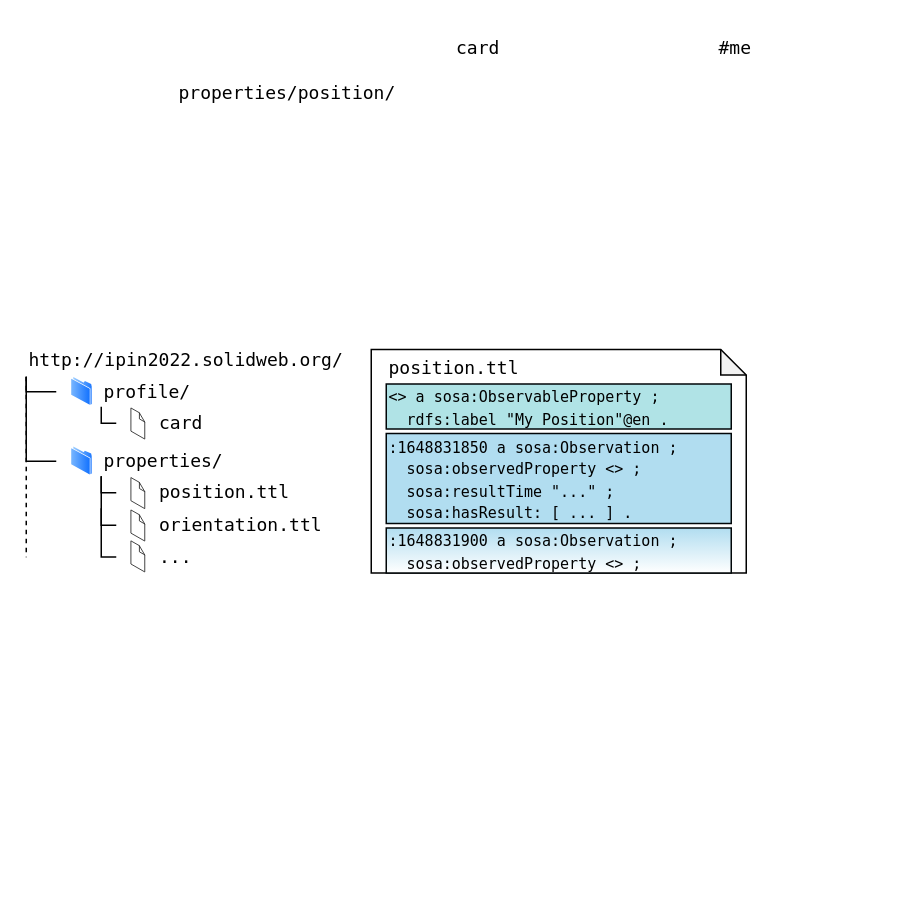
This is page "Page-7" (5 of 5) of docs/media/images/solid.drawio from OpenHPS/openhps-solid, a draw.io file, before an edit. Source tidied: cells renumbered, new cells numbered last; positions are measured from the earlier drawing's top-left corner, leaving out a move shared by most shapes. Both pictures are drawn from the tidied source at 150%, with x=0, y=0 at pixel (26, 26).
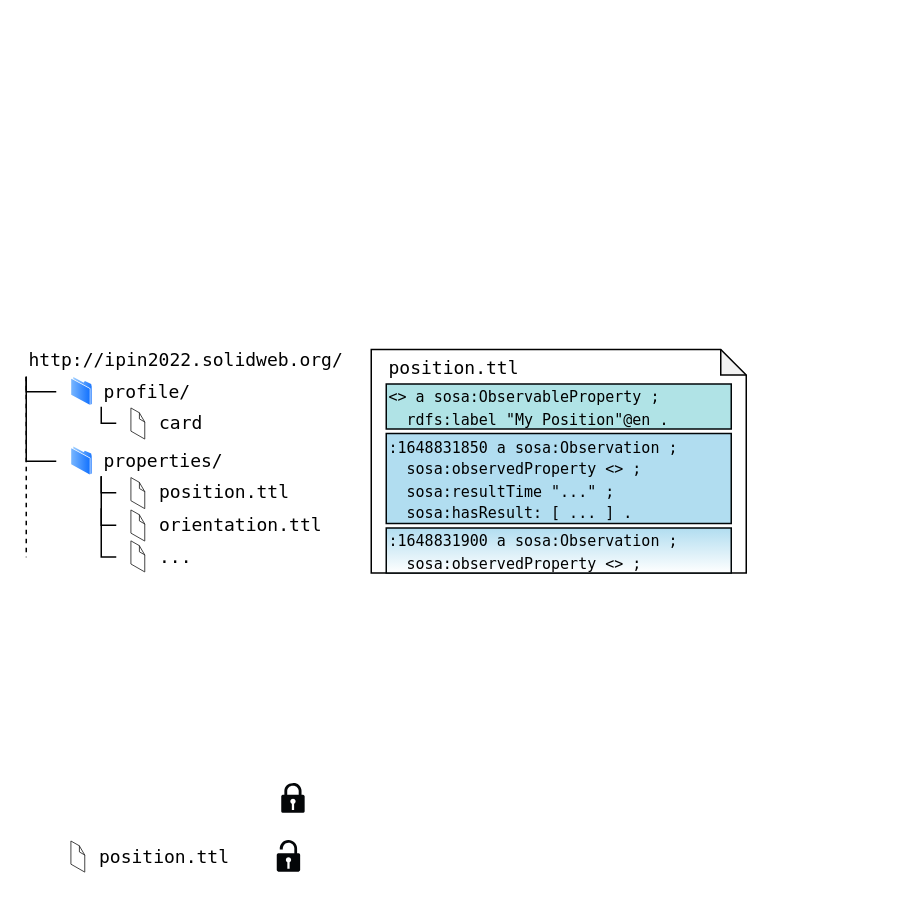
Above is the later version.

Diff of the diagram source:
```diff
@@
-    <mxCell id="6" value="properties/position/" style="text;html=1;strokeColor=none;fillColor=none;align=left;verticalAlign=middle;whiteSpace=wrap;rounded=0;fontFamily=Lucida Console;" parent="1" vertex="1">
-      <mxGeometry x="100" y="30" width="120" height="30" as="geometry" />
-    </mxCell>
@@
-    <mxCell id="9" value="card" style="text;html=1;strokeColor=none;fillColor=none;align=left;verticalAlign=middle;whiteSpace=wrap;rounded=0;fontFamily=Lucida Console;" parent="1" vertex="1">
-      <mxGeometry x="285" width="120" height="30" as="geometry" />
-    </mxCell>
-    <mxCell id="10" value="#me" style="text;html=1;strokeColor=none;fillColor=none;align=left;verticalAlign=middle;whiteSpace=wrap;rounded=0;fontFamily=Lucida Console;" parent="1" vertex="1">
-      <mxGeometry x="460" width="120" height="30" as="geometry" />
-    </mxCell>
@@
+    <mxCell id="30" style="verticalLabelPosition=bottom;html=1;verticalAlign=top;strokeWidth=1;align=center;dashed=0;shape=mxgraph.aws3d.file;strokeColor=#292929;" parent="1" vertex="1">
+      <mxGeometry x="30" y="543.3" width="9" height="20.6" as="geometry" />
+    </mxCell>
+    <mxCell id="31" value="position.ttl" style="text;html=1;strokeColor=none;fillColor=none;align=left;verticalAlign=middle;whiteSpace=wrap;rounded=0;fontFamily=Lucida Console;" parent="1" vertex="1">
+      <mxGeometry x="47" y="543.6" width="80" height="20" as="geometry" />
+    </mxCell>
+    <mxCell id="32" style="sketch=0;shadow=0;dashed=0;html=1;strokeColor=none;labelPosition=center;verticalLabelPosition=bottom;verticalAlign=top;align=center;fillColor=#040608;shape=mxgraph.mscae.enterprise.lock;fontFamily=Garamond;fontColor=#00CC00;" parent="1" vertex="1">
+      <mxGeometry x="170" y="504.4" width="15.6" height="20" as="geometry" />
+    </mxCell>
+    <mxCell id="33" style="sketch=0;shadow=0;dashed=0;html=1;strokeColor=none;labelPosition=center;verticalLabelPosition=bottom;verticalAlign=top;align=center;fillColor=#040608;shape=mxgraph.mscae.enterprise.lock_unlocked;fontFamily=Garamond;fontColor=#00CC00;" parent="1" vertex="1">
+      <mxGeometry x="167" y="542.5" width="15.6" height="21.1" as="geometry" />
+    </mxCell>
```
